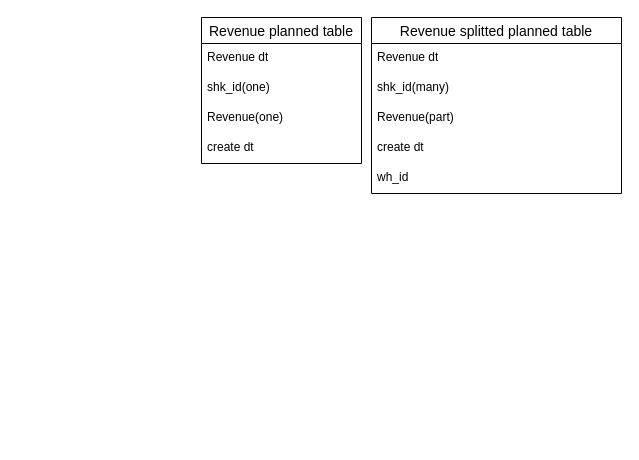
AntonKoltsov85/Schemes keeps this draw.io diagram as Revenue_decomposition.drawio. Above is the earlier version. Source tidied: cells renumbered, new cells numbered last; positions are measured from the earlier drawing's top-left corner, leaving out a move shared by most shapes. Both pictures are drawn from the tidied source at 100%, with x=0, y=0 at pixel (201, 17).
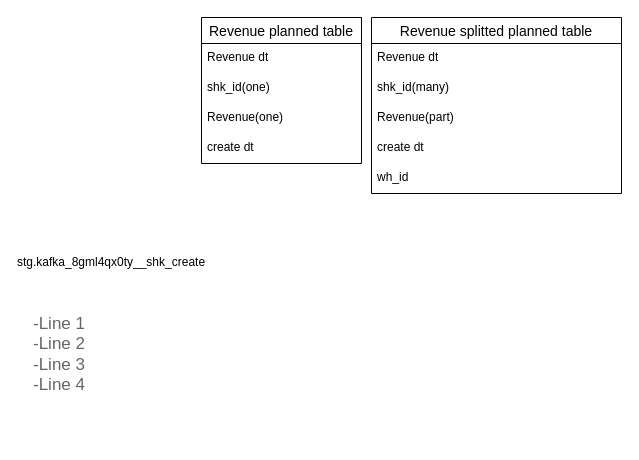
After the change.

Diff of the diagram source:
```diff
@@
 <mxGraphModel>
   <root>
     <mxCell id="0" />
     <mxCell id="1" parent="0" />
     <mxCell id="2" value="Revenue planned table" style="swimlane;fontStyle=0;horizontal=1;startSize=26;align=center;fontSize=14;" parent="1" vertex="1">
       <mxGeometry width="160" height="146" as="geometry" />
     </mxCell>
     <mxCell id="3" value="Revenue dt" style="text;strokeColor=none;fillColor=none;spacingLeft=4;spacingRight=4;overflow=hidden;fontSize=12;whiteSpace=wrap;html=1;" parent="2" vertex="1">
       <mxGeometry y="26" width="160" height="30" as="geometry" />
     </mxCell>
     <mxCell id="4" value="shk_id(one)" style="text;strokeColor=none;fillColor=none;spacingLeft=4;spacingRight=4;overflow=hidden;fontSize=12;whiteSpace=wrap;html=1;" parent="2" vertex="1">
       <mxGeometry y="56" width="160" height="30" as="geometry" />
     </mxCell>
     <mxCell id="5" value="Revenue(one)" style="text;strokeColor=none;fillColor=none;spacingLeft=4;spacingRight=4;overflow=hidden;fontSize=12;whiteSpace=wrap;html=1;" parent="2" vertex="1">
       <mxGeometry y="86" width="160" height="30" as="geometry" />
     </mxCell>
     <mxCell id="6" value="create dt" style="text;strokeColor=none;fillColor=none;spacingLeft=4;spacingRight=4;overflow=hidden;fontSize=12;whiteSpace=wrap;html=1;" parent="2" vertex="1">
       <mxGeometry y="116" width="160" height="30" as="geometry" />
     </mxCell>
     <mxCell id="7" value="Revenue splitted planned table" style="swimlane;fontStyle=0;horizontal=1;startSize=26;align=center;fontSize=14;" parent="1" vertex="1">
       <mxGeometry x="170" width="250" height="176" as="geometry" />
     </mxCell>
     <mxCell id="8" value="Revenue dt" style="text;strokeColor=none;fillColor=none;spacingLeft=4;spacingRight=4;overflow=hidden;fontSize=12;whiteSpace=wrap;html=1;" parent="7" vertex="1">
       <mxGeometry y="26" width="250" height="30" as="geometry" />
     </mxCell>
     <mxCell id="9" value="shk_id(many)" style="text;strokeColor=none;fillColor=none;spacingLeft=4;spacingRight=4;overflow=hidden;fontSize=12;whiteSpace=wrap;html=1;" parent="7" vertex="1">
       <mxGeometry y="56" width="250" height="30" as="geometry" />
     </mxCell>
     <mxCell id="10" value="Revenue(part)" style="text;strokeColor=none;fillColor=none;spacingLeft=4;spacingRight=4;overflow=hidden;fontSize=12;whiteSpace=wrap;html=1;" parent="7" vertex="1">
       <mxGeometry y="86" width="250" height="30" as="geometry" />
     </mxCell>
     <mxCell id="11" value="create dt" style="text;strokeColor=none;fillColor=none;spacingLeft=4;spacingRight=4;overflow=hidden;fontSize=12;whiteSpace=wrap;html=1;" parent="7" vertex="1">
       <mxGeometry y="116" width="250" height="30" as="geometry" />
     </mxCell>
     <mxCell id="12" value="wh_id" style="text;strokeColor=none;fillColor=none;spacingLeft=4;spacingRight=4;overflow=hidden;fontSize=12;whiteSpace=wrap;html=1;" parent="7" vertex="1">
       <mxGeometry y="146" width="250" height="30" as="geometry" />
     </mxCell>
+    <mxCell id="13" value="stg.kafka_8gml4qx0ty__shk_create" style="text;html=1;align=center;verticalAlign=middle;whiteSpace=wrap;rounded=0;" parent="1" vertex="1">
+      <mxGeometry x="-120" y="230" width="60" height="30" as="geometry" />
+    </mxCell>
+    <mxCell id="14" value="-Line 1&#10;-Line 2&#10;-Line 3&#10;-Line 4" style="strokeWidth=1;shadow=0;dashed=0;align=center;html=1;shape=mxgraph.mockup.text.bulletedList;textColor=#666666;mainText=,,,,;textSize=17;bulletStyle=none;strokeColor=none;fillColor=none;align=left;verticalAlign=top;fontSize=17;fontColor=#666666;" parent="1" vertex="1">
+      <mxGeometry x="-170" y="290" width="150" height="135" as="geometry" />
+    </mxCell>
   </root>
 </mxGraphModel>
```
